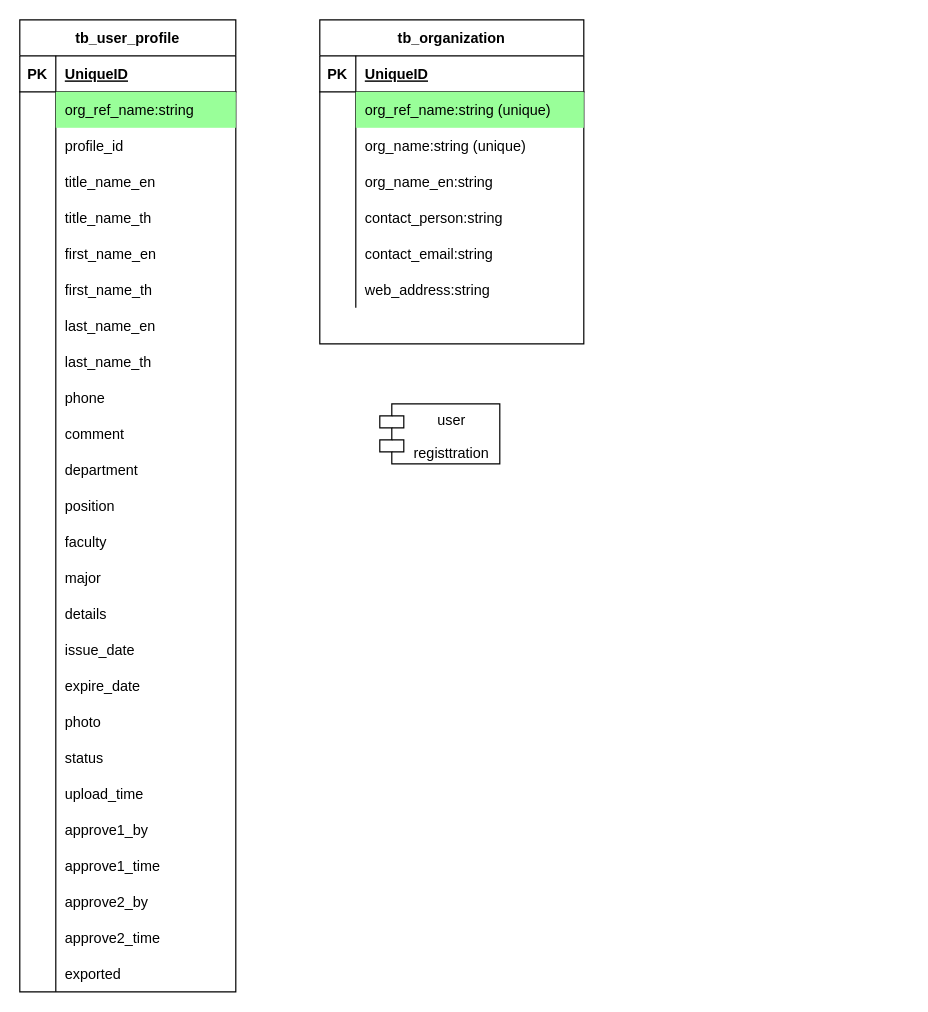
This is page "Photo management" (3 of 4) of SmartPhotoID.drawio from delphihero/MyDocument, a draw.io file, before an edit. Source tidied: cells renumbered, new cells numbered last; positions are measured from the earlier drawing's top-left corner, leaving out a move shared by most shapes. Both pictures are drawn from the tidied source at 120%, with x=0, y=0 at pixel (19, 19).
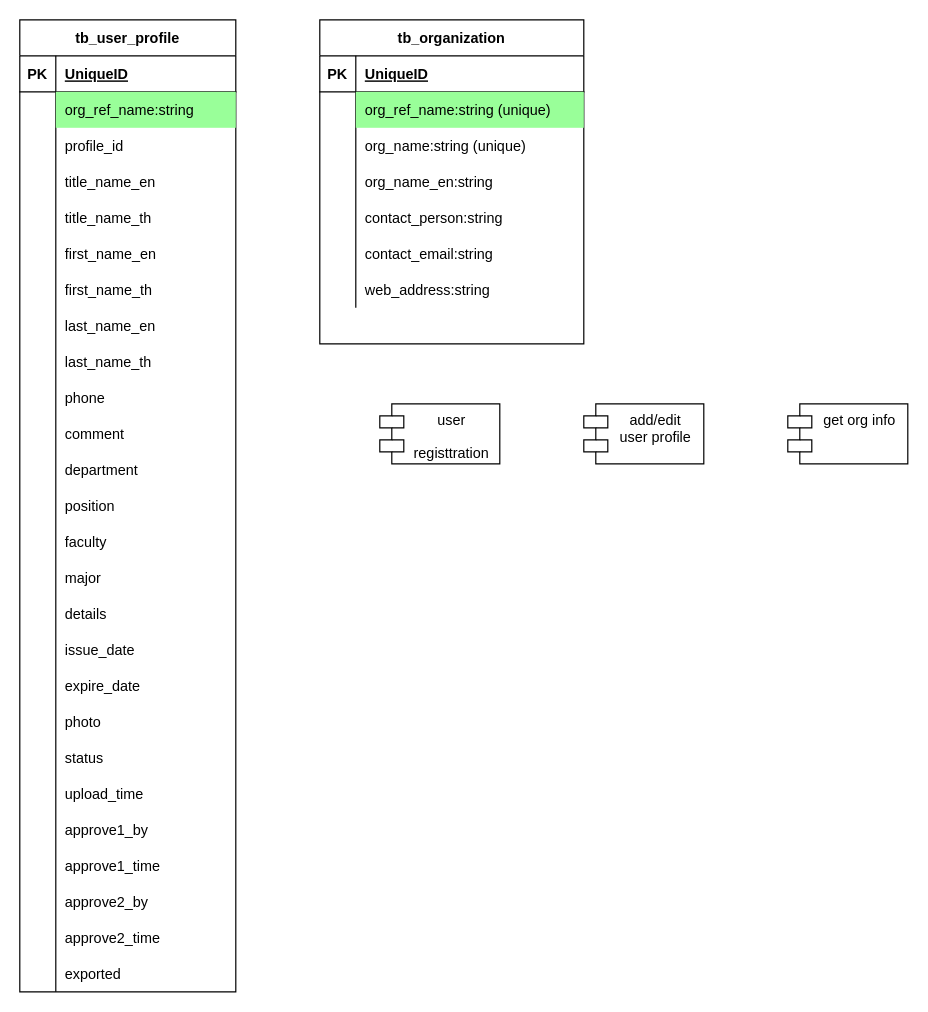
The same diagram, later.

Diff of the diagram source:
```diff
@@
+    <mxCell id="104" value="add/edit&#10;user profile&#10;" style="shape=module;align=left;spacingLeft=20;align=center;verticalAlign=top;" parent="1" vertex="1">
+      <mxGeometry x="470" y="320" width="100" height="50" as="geometry" />
+    </mxCell>
+    <mxCell id="105" value="get org info" style="shape=module;align=left;spacingLeft=20;align=center;verticalAlign=top;" parent="1" vertex="1">
+      <mxGeometry x="640" y="320" width="100" height="50" as="geometry" />
+    </mxCell>
```
